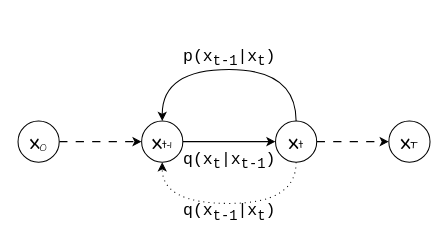
Earlier version of the draw.io diagram Paper/DIFF.drawio (Slate452/Diffusion-based-Flow-Prediction). Source tidied: cells renumbered, new cells numbered last; positions are measured from the earlier drawing's top-left corner, leaving out a move shared by most shapes. Both pictures are drawn from the tidied source at 103%, with x=0, y=0 at pixel (18, 38).
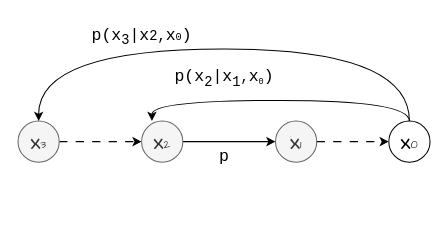
The same diagram, later.

What changed in the source:
```diff
@@
 <mxGraphModel>
   <root>
     <mxCell id="0" />
     <mxCell id="1" parent="0" />
     <mxCell id="2" style="edgeStyle=orthogonalEdgeStyle;rounded=0;jettySize=auto;html=1;entryX=0;entryY=0.5;entryDx=0;entryDy=0;curved=0;dashed=1;dashPattern=8 8;" parent="1" edge="1" source="3" target="10">
       <mxGeometry relative="1" as="geometry" />
     </mxCell>
-    <mxCell id="3" value="&lt;font face=&quot;Comic Sans MS&quot; style=&quot;&quot;&gt;&lt;font style=&quot;font-size: 21px;&quot;&gt;x&lt;/font&gt;&lt;sub style=&quot;&quot;&gt;&lt;font style=&quot;font-size: 11px;&quot;&gt;0&lt;/font&gt;&lt;/sub&gt;&lt;/font&gt;" style="ellipse;whiteSpace=wrap;html=1;" parent="1" vertex="1">
+    <mxCell id="3" value="&lt;font face=&quot;Comic Sans MS&quot; style=&quot;&quot;&gt;&lt;font style=&quot;font-size: 21px;&quot;&gt;x&lt;/font&gt;&lt;font style=&quot;font-size: 11px;&quot;&gt;3&lt;/font&gt;&lt;/font&gt;" style="ellipse;whiteSpace=wrap;html=1;fillColor=#f5f5f5;fontColor=#333333;strokeColor=#666666;" parent="1" vertex="1">
       <mxGeometry y="80" width="40" height="40" as="geometry" />
     </mxCell>
     <mxCell id="4" style="edgeStyle=orthogonalEdgeStyle;rounded=0;jettySize=auto;html=1;exitX=1;exitY=0.5;exitDx=0;exitDy=0;dashed=1;dashPattern=8 8;" parent="1" edge="1" source="7" target="8">
       <mxGeometry relative="1" as="geometry" />
     </mxCell>
-    <mxCell id="5" style="edgeStyle=orthogonalEdgeStyle;rounded=0;jettySize=auto;html=1;entryX=0.5;entryY=1;entryDx=0;entryDy=0;curved=1;dashed=1;dashPattern=1 4;" parent="1" edge="1" source="7" target="10">
-      <mxGeometry relative="1" as="geometry">
-        <Array as="points">
-          <mxPoint x="270" y="160" />
-          <mxPoint x="140" y="160" />
-        </Array>
-      </mxGeometry>
-    </mxCell>
-    <mxCell id="6" style="edgeStyle=orthogonalEdgeStyle;rounded=0;jettySize=auto;html=1;entryX=0.5;entryY=0;entryDx=0;entryDy=0;curved=1;" parent="1" edge="1" source="7" target="10">
+    <mxCell id="6" style="edgeStyle=orthogonalEdgeStyle;rounded=0;jettySize=auto;html=1;entryX=0.5;entryY=0;entryDx=0;entryDy=0;curved=1;exitX=0.5;exitY=0;exitDx=0;exitDy=0;" parent="1" edge="1" source="8" target="3">
       <mxGeometry relative="1" as="geometry">
         <Array as="points">
-          <mxPoint x="270" y="30" />
-          <mxPoint x="140" y="30" />
+          <mxPoint x="380" y="10" />
+          <mxPoint x="20" y="10" />
         </Array>
       </mxGeometry>
     </mxCell>
-    <mxCell id="7" value="&lt;font face=&quot;Comic Sans MS&quot; style=&quot;&quot;&gt;&lt;font style=&quot;font-size: 21px;&quot;&gt;x&lt;/font&gt;&lt;font style=&quot;font-size: 11px;&quot;&gt;t&lt;/font&gt;&lt;/font&gt;" style="ellipse;whiteSpace=wrap;html=1;" parent="1" vertex="1">
+    <mxCell id="7" value="&lt;font face=&quot;Comic Sans MS&quot; style=&quot;&quot;&gt;&lt;font style=&quot;font-size: 21px;&quot;&gt;x&lt;/font&gt;&lt;font style=&quot;font-size: 11px;&quot;&gt;1&lt;/font&gt;&lt;/font&gt;" style="ellipse;whiteSpace=wrap;html=1;fillColor=#f5f5f5;fontColor=#333333;strokeColor=#666666;" parent="1" vertex="1">
       <mxGeometry x="250" y="80" width="40" height="40" as="geometry" />
     </mxCell>
-    <mxCell id="8" value="&lt;font face=&quot;Comic Sans MS&quot; style=&quot;&quot;&gt;&lt;font style=&quot;font-size: 21px;&quot;&gt;x&lt;/font&gt;&lt;font style=&quot;font-size: 11px;&quot;&gt;T&lt;/font&gt;&lt;/font&gt;" style="ellipse;whiteSpace=wrap;html=1;" parent="1" vertex="1">
+    <mxCell id="8" value="&lt;font face=&quot;Comic Sans MS&quot; style=&quot;&quot;&gt;&lt;font style=&quot;font-size: 21px;&quot;&gt;x&lt;/font&gt;&lt;font style=&quot;font-size: 11px;&quot;&gt;0&lt;/font&gt;&lt;/font&gt;" style="ellipse;whiteSpace=wrap;html=1;" parent="1" vertex="1">
       <mxGeometry x="360" y="80" width="40" height="40" as="geometry" />
     </mxCell>
     <mxCell id="9" style="edgeStyle=orthogonalEdgeStyle;rounded=0;jettySize=auto;html=1;entryX=0;entryY=0.5;entryDx=0;entryDy=0;" parent="1" edge="1" source="10" target="7">
       <mxGeometry relative="1" as="geometry" />
     </mxCell>
-    <mxCell id="10" value="&lt;font face=&quot;Comic Sans MS&quot; style=&quot;&quot;&gt;&lt;font style=&quot;font-size: 21px;&quot;&gt;x&lt;/font&gt;&lt;font style=&quot;font-size: 11px;&quot;&gt;t-1&lt;/font&gt;&lt;/font&gt;" style="ellipse;whiteSpace=wrap;html=1;" parent="1" vertex="1">
+    <mxCell id="10" value="&lt;font face=&quot;Comic Sans MS&quot; style=&quot;&quot;&gt;&lt;font style=&quot;font-size: 21px;&quot;&gt;x&lt;/font&gt;&lt;font style=&quot;font-size: 11px;&quot;&gt;2&lt;/font&gt;&lt;/font&gt;" style="ellipse;whiteSpace=wrap;html=1;fillColor=#f5f5f5;fontColor=#333333;strokeColor=#666666;" parent="1" vertex="1">
       <mxGeometry x="120" y="80" width="40" height="40" as="geometry" />
     </mxCell>
-    <mxCell id="11" value="&lt;font face=&quot;Courier New&quot; style=&quot;font-size: 16px;&quot;&gt;q(x&lt;sub&gt;t&lt;/sub&gt;|x&lt;sub&gt;t-1&lt;/sub&gt;)&lt;/font&gt;" style="text;html=1;align=center;verticalAlign=middle;strokeColor=none;fillColor=none;" parent="1" vertex="1">
-      <mxGeometry x="150" y="100" width="110" height="40" as="geometry" />
-    </mxCell>
-    <mxCell id="12" value="&lt;font face=&quot;Courier New&quot; style=&quot;font-size: 16px;&quot;&gt;q(x&lt;sub&gt;t-1&lt;/sub&gt;|x&lt;sub&gt;t&lt;/sub&gt;)&lt;/font&gt;" style="text;html=1;align=center;verticalAlign=middle;strokeColor=none;fillColor=none;" parent="1" vertex="1">
-      <mxGeometry x="150" y="150" width="110" height="40" as="geometry" />
+    <mxCell id="12" value="&lt;font face=&quot;Courier New&quot;&gt;&lt;span style=&quot;font-size: 16px;&quot;&gt;p&lt;/span&gt;&lt;/font&gt;" style="text;html=1;align=center;verticalAlign=middle;strokeColor=none;fillColor=none;" parent="1" vertex="1">
+      <mxGeometry x="185" y="100" width="30" height="30" as="geometry" />
     </mxCell>
-    <mxCell id="13" value="&lt;font face=&quot;Courier New&quot; style=&quot;font-size: 16px;&quot;&gt;p(x&lt;sub&gt;t-1&lt;/sub&gt;|x&lt;sub&gt;t&lt;/sub&gt;)&lt;/font&gt;" style="text;html=1;align=center;verticalAlign=middle;strokeColor=none;fillColor=none;" parent="1" vertex="1">
-      <mxGeometry x="150" width="110" height="40" as="geometry" />
+    <mxCell id="13" value="&lt;font face=&quot;Courier New&quot; style=&quot;font-size: 16px;&quot;&gt;p(x&lt;sub&gt;3&lt;/sub&gt;|x&lt;/font&gt;&lt;font face=&quot;Courier New&quot; style=&quot;&quot;&gt;&lt;span style=&quot;font-size: 13.3333px;&quot;&gt;2,&lt;/span&gt;&lt;/font&gt;&lt;span style=&quot;font-family: &amp;quot;Courier New&amp;quot;; font-size: 16px;&quot;&gt;x&lt;/span&gt;&lt;span style=&quot;font-family: &amp;quot;Courier New&amp;quot;; font-size: 10px;&quot;&gt;0&lt;/span&gt;&lt;font face=&quot;Courier New&quot; style=&quot;&quot;&gt;&lt;span style=&quot;font-size: 16px;&quot;&gt;)&lt;/span&gt;&lt;/font&gt;" style="text;html=1;align=center;verticalAlign=middle;strokeColor=none;fillColor=none;" parent="1" vertex="1">
+      <mxGeometry x="60" y="-20" width="120" height="40" as="geometry" />
     </mxCell>
+    <mxCell id="14" style="edgeStyle=orthogonalEdgeStyle;rounded=0;jettySize=auto;html=1;entryX=0.25;entryY=0;entryDx=0;entryDy=0;curved=1;exitX=0.5;exitY=0;exitDx=0;exitDy=0;entryPerimeter=0;" parent="1" edge="1" source="8" target="10">
+      <mxGeometry relative="1" as="geometry">
+        <Array as="points">
+          <mxPoint x="380" y="60" />
+          <mxPoint x="130" y="60" />
+        </Array>
+      </mxGeometry>
+    </mxCell>
+    <mxCell id="15" value="&lt;font face=&quot;Courier New&quot; style=&quot;font-size: 16px;&quot;&gt;p(x&lt;sub&gt;2&lt;/sub&gt;|x&lt;sub&gt;1&lt;/sub&gt;&lt;/font&gt;&lt;font face=&quot;Courier New&quot; style=&quot;&quot;&gt;&lt;span style=&quot;font-size: 13.3333px;&quot;&gt;,&lt;/span&gt;&lt;/font&gt;&lt;span style=&quot;font-family: &amp;quot;Courier New&amp;quot;; font-size: 16px;&quot;&gt;x&lt;/span&gt;&lt;span style=&quot;font-family: &amp;quot;Courier New&amp;quot;; font-size: 10px;&quot;&gt;&lt;sub&gt;0&lt;/sub&gt;&lt;/span&gt;&lt;font face=&quot;Courier New&quot; style=&quot;&quot;&gt;&lt;span style=&quot;font-size: 16px;&quot;&gt;)&lt;/span&gt;&lt;/font&gt;" style="text;html=1;align=center;verticalAlign=middle;strokeColor=none;fillColor=none;" parent="1" vertex="1">
+      <mxGeometry x="140" y="20" width="120" height="40" as="geometry" />
+    </mxCell>
   </root>
 </mxGraphModel>
```
